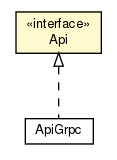
ericpinet/ConnectLife keeps this Graphviz diagram as javadoc/coreserver/com/connectlife/coreserver/apiserver/Api.png. Above is the earlier version. Its source is kept beside it as javadoc/coreserver/com/connectlife/coreserver/apiserver/Api.dot.
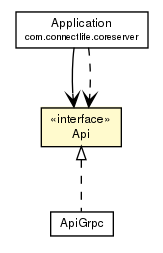
The same diagram one commit later.

Change to the diagram source:
```diff
@@ -4,16 +4,24 @@
 	node [fontname="Helvetica",fontsize=10,shape=plaintext];
 	nodesep=0.25;
 	ranksep=0.5;
-	c1010 [label=<<table title="com.connectlife.coreserver.apiserver.ApiGrpc" border="0" cellborder="1" cellspacing="0" cellpadding="2" port="p" href="./ApiGrpc.html">
+	c1126 [label=<<table title="com.connectlife.coreserver.Application" border="0" cellborder="1" cellspacing="0" cellpadding="2" port="p" href="../Application.html">
+		<tr><td><table border="0" cellspacing="0" cellpadding="1">
+<tr><td align="center" balign="center"> Application </td></tr>
+<tr><td align="center" balign="center"><font point-size="7.0"> com.connectlife.coreserver </font></td></tr>
+		</table></td></tr>
+		</table>>, fontname="Helvetica", fontcolor="black", fontsize=9.0];
+	c1129 [label=<<table title="com.connectlife.coreserver.apiserver.ApiGrpc" border="0" cellborder="1" cellspacing="0" cellpadding="2" port="p" href="./ApiGrpc.html">
 		<tr><td><table border="0" cellspacing="0" cellpadding="1">
 <tr><td align="center" balign="center"> ApiGrpc </td></tr>
 		</table></td></tr>
-		</table>>, fontname="Helvetica", fontcolor="black", fontsize=10.0];
-	c1011 [label=<<table title="com.connectlife.coreserver.apiserver.Api" border="0" cellborder="1" cellspacing="0" cellpadding="2" port="p" bgcolor="lemonChiffon" href="./Api.html">
+		</table>>, fontname="Helvetica", fontcolor="black", fontsize=9.0];
+	c1130 [label=<<table title="com.connectlife.coreserver.apiserver.Api" border="0" cellborder="1" cellspacing="0" cellpadding="2" port="p" bgcolor="lemonChiffon" href="./Api.html">
 		<tr><td><table border="0" cellspacing="0" cellpadding="1">
 <tr><td align="center" balign="center"> &#171;interface&#187; </td></tr>
 <tr><td align="center" balign="center"> Api </td></tr>
 		</table></td></tr>
-		</table>>, fontname="Helvetica", fontcolor="black", fontsize=10.0];
-	c1011:p -> c1010:p [dir=back,arrowtail=empty,style=dashed];
+		</table>>, fontname="Helvetica", fontcolor="black", fontsize=9.0];
+	c1130:p -> c1129:p [dir=back,arrowtail=empty,style=dashed];
+	c1126:p -> c1130:p [taillabel="", label="", headlabel="", fontname="Helvetica", fontcolor="black", fontsize=10.0, color="black", arrowhead=open];
+	c1126:p -> c1130:p [taillabel="", label="", headlabel="", fontname="Helvetica", fontcolor="black", fontsize=10.0, color="black", arrowhead=open, style=dashed];
 }
```
